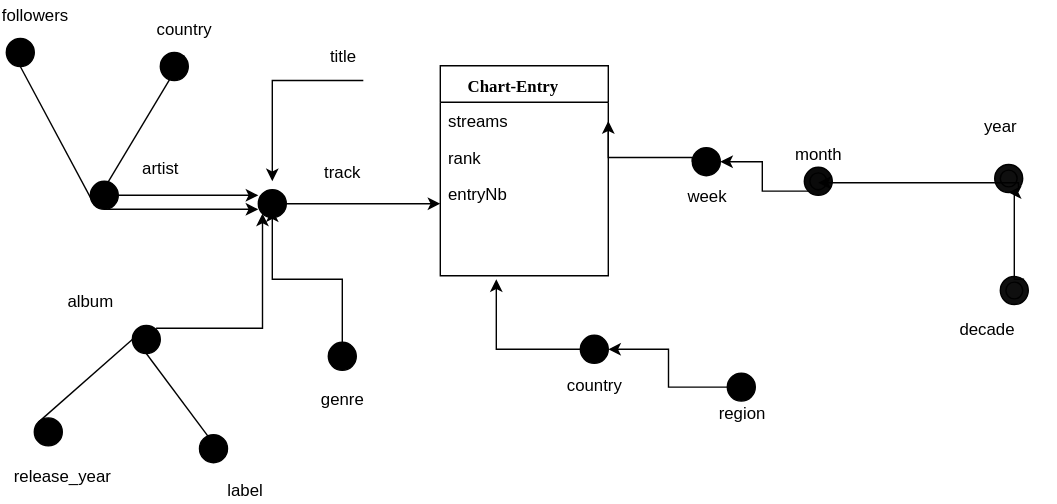
Earlier version of the draw.io export figures/DF1.svg (AlexChanson/DW). Source tidied: cells renumbered, new cells last; positions are measured from the earlier drawing's top-left corner, leaving out a move shared by most shapes.
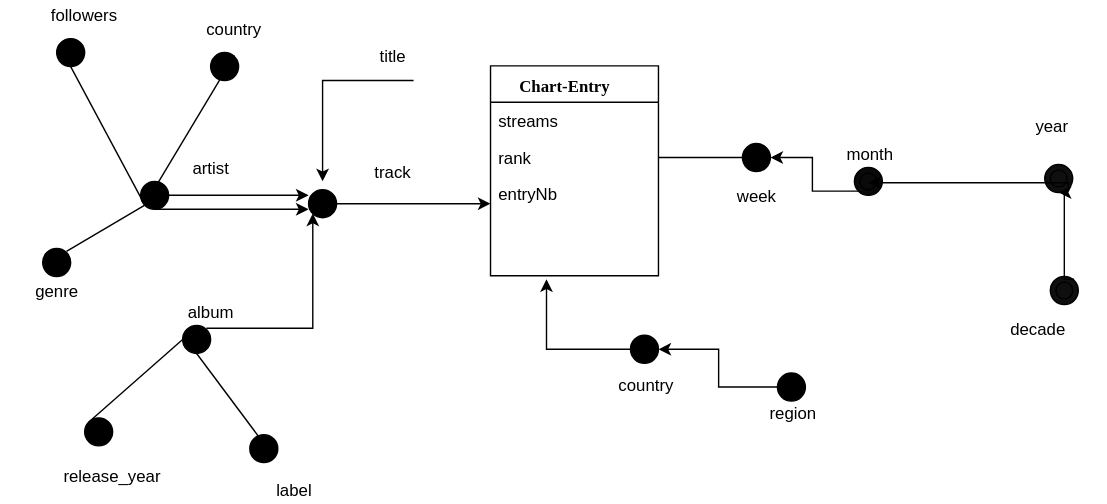
The same diagram one commit later.

The edit, as a diff of the source:
```diff
@@ -39,15 +39,8 @@
     <mxCell id="11" style="ellipse;shape=doubleEllipse;whiteSpace=wrap;html=1;gradientColor=none;fillColor=#000000;" parent="1" vertex="1">
       <mxGeometry x="180" y="134.5" width="20" height="20" as="geometry" />
     </mxCell>
-    <mxCell id="12" style="edgeStyle=orthogonalEdgeStyle;rounded=0;html=1;exitX=0;exitY=0.5;entryX=1;entryY=0.5;jettySize=auto;" parent="1" edge="1" source="13" target="3">
-      <mxGeometry relative="1" as="geometry">
-        <Array as="points">
-          <mxPoint x="490" y="112" />
-        </Array>
-      </mxGeometry>
-    </mxCell>
     <mxCell id="13" style="ellipse;shape=doubleEllipse;whiteSpace=wrap;html=1;fillColor=#000000;" parent="1" vertex="1">
-      <mxGeometry x="490" y="104.5" width="20" height="20" as="geometry" />
+      <mxGeometry x="490" y="101.5" width="20" height="20" as="geometry" />
     </mxCell>
     <mxCell id="14" style="edgeStyle=orthogonalEdgeStyle;rounded=0;html=1;exitX=0;exitY=1;entryX=1;entryY=0.5;jettySize=auto;" parent="1" edge="1" source="15" target="13">
       <mxGeometry relative="1" as="geometry" />
@@ -58,11 +51,8 @@
     <mxCell id="16" style="ellipse;shape=doubleEllipse;whiteSpace=wrap;html=1;fillColor=#0F0F0F;" parent="1" vertex="1">
       <mxGeometry x="706" y="116.5" width="20" height="20" as="geometry" />
     </mxCell>
-    <mxCell id="17" style="edgeStyle=orthogonalEdgeStyle;rounded=0;html=1;exitX=0.5;exitY=0;entryX=0.5;entryY=0.725;entryPerimeter=0;jettySize=auto;" parent="1" edge="1" source="18" target="11">
-      <mxGeometry relative="1" as="geometry" />
-    </mxCell>
     <mxCell id="18" style="ellipse;shape=doubleEllipse;whiteSpace=wrap;html=1;fillColor=#000000;" parent="1" vertex="1">
-      <mxGeometry x="230" y="244" width="20" height="20" as="geometry" />
+      <mxGeometry x="-10" y="176.5" width="20" height="20" as="geometry" />
     </mxCell>
     <object id="19" label="track" name="Variable" placeholders="1">
       <mxCell style="text;html=1;strokeColor=none;fillColor=none;align=center;verticalAlign=middle;whiteSpace=wrap;overflow=hidden;" parent="1" vertex="1">
@@ -71,7 +61,7 @@
     </object>
     <object id="20" label="album" name="Variable" placeholders="1">
       <mxCell style="text;html=1;strokeColor=none;fillColor=none;align=center;verticalAlign=middle;whiteSpace=wrap;overflow=hidden;" parent="1" vertex="1">
-        <mxGeometry x="20" y="204" width="80" height="20" as="geometry" />
+        <mxGeometry x="70" y="211.5" width="80" height="20" as="geometry" />
       </mxCell>
     </object>
     <object id="21" label="artist" name="Variable" placeholders="1">
@@ -96,7 +86,7 @@
     </object>
     <object id="25" label="genre" name="Variable" placeholders="1">
       <mxCell style="text;html=1;strokeColor=none;fillColor=none;align=center;verticalAlign=middle;whiteSpace=wrap;overflow=hidden;" parent="1" vertex="1">
-        <mxGeometry x="200" y="274" width="80" height="20" as="geometry" />
+        <mxGeometry x="-40" y="196.5" width="80" height="20" as="geometry" />
       </mxCell>
     </object>
     <object id="26" label="title" name="Variable" placeholders="1">
@@ -210,5 +200,11 @@
     <mxCell id="51" value="followers" style="text;html=1;strokeColor=none;fillColor=none;align=center;verticalAlign=middle;whiteSpace=wrap;rounded=0;" parent="1" vertex="1">
       <mxGeometry width="40" height="20" as="geometry" />
     </mxCell>
+    <mxCell id="52" style="endArrow=none;html=1;entryX=0;entryY=1;exitX=1;exitY=0;" parent="1" edge="1" source="18" target="7">
+      <mxGeometry relative="1" as="geometry" />
+    </mxCell>
+    <mxCell id="53" style="endArrow=none;html=1;entryX=0;entryY=0.5;exitX=1;exitY=0.5;" parent="1" edge="1" source="4" target="13">
+      <mxGeometry relative="1" as="geometry" />
+    </mxCell>
   </root>
 </mxGraphModel>
```
